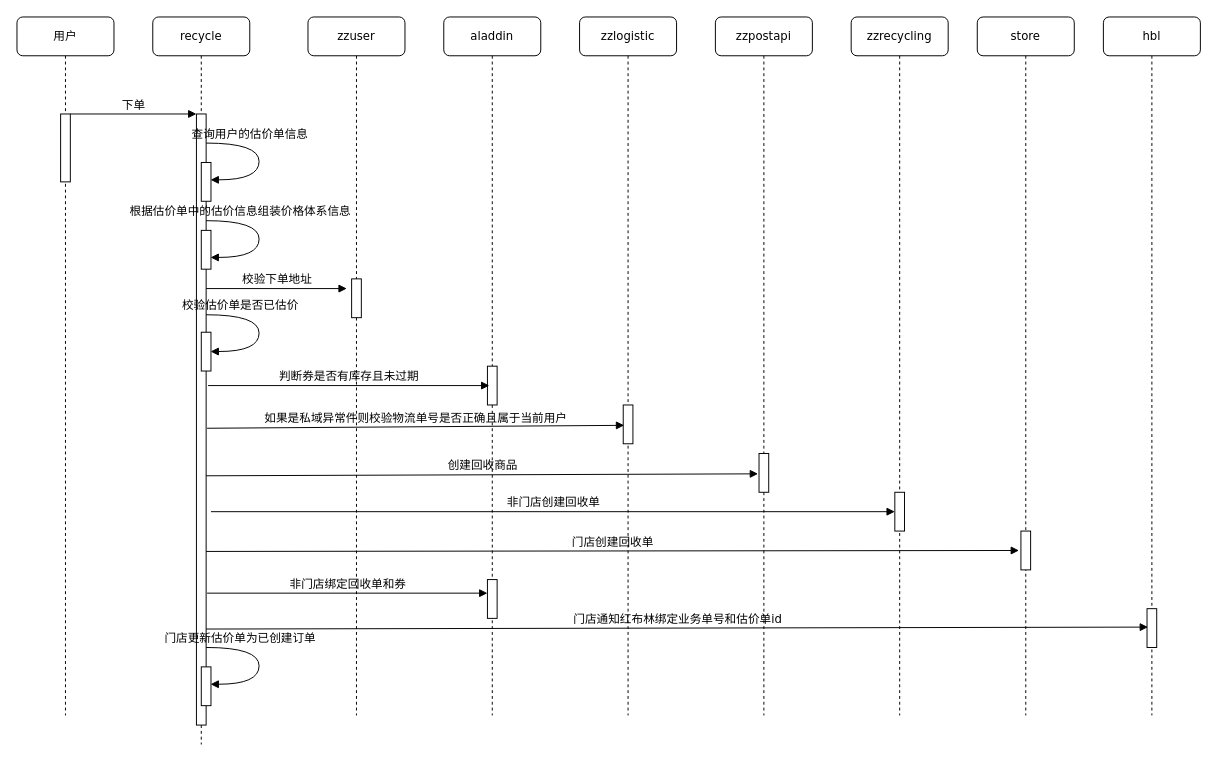
Before: c2p/下单流程.drawio in liysh5571/zz-uml, a draw.io diagram. Source tidied: cells renumbered, new cells numbered last; positions are measured from the earlier drawing's top-left corner, leaving out a move shared by most shapes. Both pictures are drawn from the tidied source at 97%, with x=0, y=0 at pixel (16, 16).
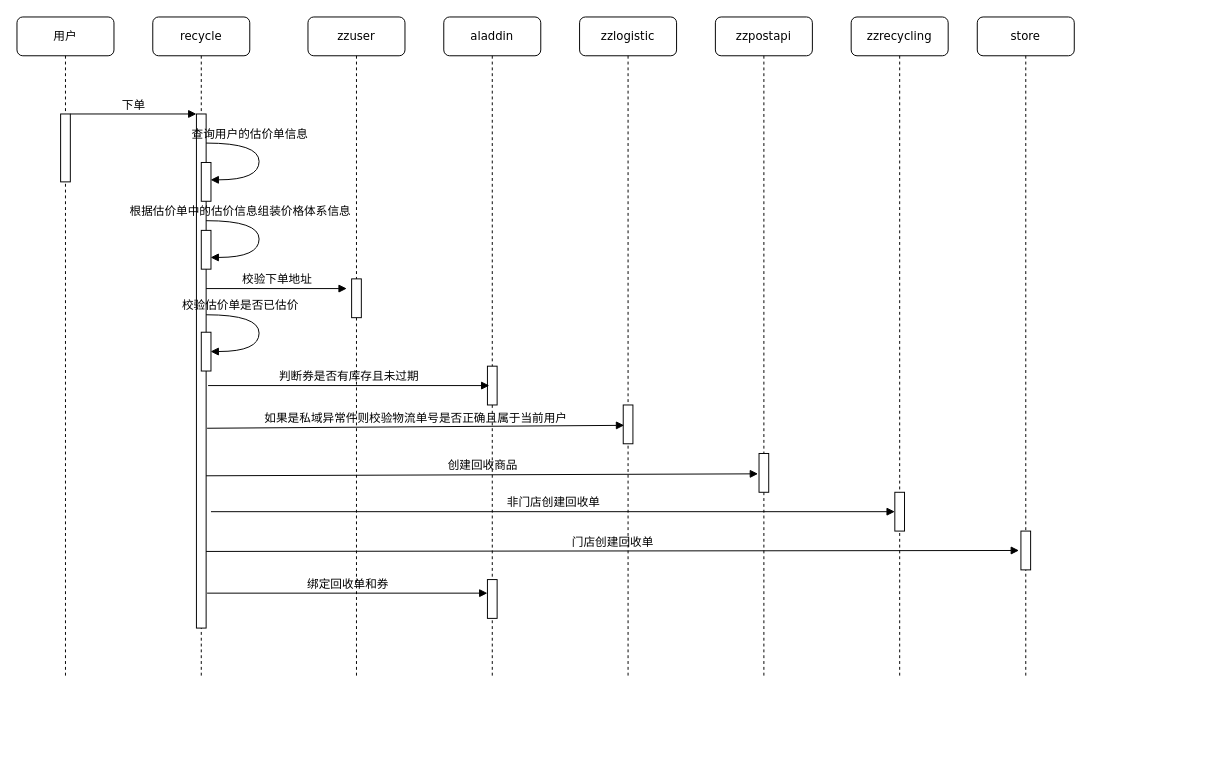
The same diagram, later.

Commit message:
更新下单流程.drawio

Unchanged cells that the change refers to:
```xml
<mxCell id="17" style="html=1;points=[];perimeter=orthogonalPerimeter;rounded=0;shadow=0;comic=0;labelBackgroundColor=none;strokeWidth=1;fontFamily=Verdana;fontSize=12;align=center;" parent="15" vertex="1">
  <mxGeometry x="45" y="580" width="10" height="40" as="geometry" />
</mxCell>
```

The edit, as a diff of the source:
```diff
@@
     <mxCell id="2" value="recycle" style="shape=umlLifeline;perimeter=lifelinePerimeter;whiteSpace=wrap;html=1;rounded=1;shadow=0;comic=0;labelBackgroundColor=none;strokeWidth=1;fontFamily=Verdana;fontSize=12;align=center;" parent="1" vertex="1">
-      <mxGeometry x="140" width="100" height="750" as="geometry" />
+      <mxGeometry x="140" width="100" height="680" as="geometry" />
     </mxCell>
     <mxCell id="3" style="html=1;points=[];perimeter=orthogonalPerimeter;rounded=0;shadow=0;comic=0;labelBackgroundColor=none;strokeWidth=1;fontFamily=Verdana;fontSize=12;align=center;" parent="2" vertex="1">
-      <mxGeometry x="45" y="100" width="10" height="630" as="geometry" />
+      <mxGeometry x="45" y="100" width="10" height="530" as="geometry" />
     </mxCell>
@@
-    <mxCell id="10" style="html=1;perimeter=orthogonalPerimeter;rounded=0;shadow=0;comic=0;labelBackgroundColor=none;strokeWidth=1;fontFamily=Verdana;fontSize=12;align=center;" parent="2" vertex="1">
-      <mxGeometry x="50" y="670" width="10" height="40" as="geometry" />
-    </mxCell>
-    <mxCell id="11" value="门店更新估价单为已创建订单" style="html=1;verticalAlign=bottom;endArrow=block;labelBackgroundColor=none;fontFamily=Verdana;fontSize=12;elbow=vertical;edgeStyle=orthogonalEdgeStyle;curved=1;entryX=1;entryY=0.286;entryPerimeter=0;exitX=1.038;exitY=0.345;exitPerimeter=0;" parent="2" edge="1">
-      <mxGeometry x="-0.51" relative="1" as="geometry">
-        <mxPoint x="55" y="650" as="sourcePoint" />
-        <mxPoint x="59.6" y="687.9" as="targetPoint" />
-        <Array as="points">
-          <mxPoint x="109.6" y="649.9" />
-          <mxPoint x="109.6" y="687.9" />
-        </Array>
-      </mxGeometry>
-    </mxCell>
     <mxCell id="12" value="zzuser" style="shape=umlLifeline;perimeter=lifelinePerimeter;whiteSpace=wrap;html=1;rounded=1;shadow=0;comic=0;labelBackgroundColor=none;strokeWidth=1;fontFamily=Verdana;fontSize=12;align=center;" parent="1" vertex="1">
-      <mxGeometry x="300" width="100" height="720" as="geometry" />
+      <mxGeometry x="300" width="100" height="680" as="geometry" />
     </mxCell>
@@
     <mxCell id="15" value="aladdin" style="shape=umlLifeline;perimeter=lifelinePerimeter;whiteSpace=wrap;html=1;rounded=1;shadow=0;comic=0;labelBackgroundColor=none;strokeWidth=1;fontFamily=Verdana;fontSize=12;align=center;" parent="1" vertex="1">
-      <mxGeometry x="440" width="100" height="720" as="geometry" />
+      <mxGeometry x="440" width="100" height="680" as="geometry" />
     </mxCell>
@@
     <mxCell id="18" value="zzlogistic" style="shape=umlLifeline;perimeter=lifelinePerimeter;whiteSpace=wrap;html=1;rounded=1;shadow=0;comic=0;labelBackgroundColor=none;strokeWidth=1;fontFamily=Verdana;fontSize=12;align=center;" parent="1" vertex="1">
-      <mxGeometry x="580" width="100" height="720" as="geometry" />
+      <mxGeometry x="580" width="100" height="680" as="geometry" />
     </mxCell>
@@
-    <mxCell id="20" value="门店通知红布林绑定业务单号和估价单id" style="html=1;verticalAlign=bottom;endArrow=block;labelBackgroundColor=none;fontFamily=Verdana;fontSize=12;entryX=0.1;entryY=0.475;entryDx=0;entryDy=0;entryPerimeter=0;" parent="18" edge="1" target="37">
-      <mxGeometry relative="1" as="geometry">
-        <mxPoint x="-385" y="631" as="sourcePoint" />
-      </mxGeometry>
-    </mxCell>
     <mxCell id="21" value="zzpostapi" style="shape=umlLifeline;perimeter=lifelinePerimeter;whiteSpace=wrap;html=1;rounded=1;shadow=0;comic=0;labelBackgroundColor=none;strokeWidth=1;fontFamily=Verdana;fontSize=12;align=center;" parent="1" vertex="1">
-      <mxGeometry x="720" width="100" height="720" as="geometry" />
+      <mxGeometry x="720" width="100" height="680" as="geometry" />
     </mxCell>
@@
     <mxCell id="23" value="zzrecycling" style="shape=umlLifeline;perimeter=lifelinePerimeter;whiteSpace=wrap;html=1;rounded=1;shadow=0;comic=0;labelBackgroundColor=none;strokeWidth=1;fontFamily=Verdana;fontSize=12;align=center;" parent="1" vertex="1">
-      <mxGeometry x="860" width="100" height="720" as="geometry" />
+      <mxGeometry x="860" width="100" height="680" as="geometry" />
     </mxCell>
@@
     <mxCell id="25" value="用户" style="shape=umlLifeline;perimeter=lifelinePerimeter;whiteSpace=wrap;html=1;rounded=1;shadow=0;comic=0;labelBackgroundColor=none;strokeWidth=1;fontFamily=Verdana;fontSize=12;align=center;" parent="1" vertex="1">
-      <mxGeometry width="100" height="720" as="geometry" />
+      <mxGeometry width="100" height="680" as="geometry" />
     </mxCell>
@@
     <mxCell id="32" value="store" style="shape=umlLifeline;perimeter=lifelinePerimeter;whiteSpace=wrap;html=1;rounded=1;shadow=0;comic=0;labelBackgroundColor=none;strokeWidth=1;fontFamily=Verdana;fontSize=12;align=center;" parent="1" vertex="1">
-      <mxGeometry x="990" width="100" height="720" as="geometry" />
+      <mxGeometry x="990" width="100" height="680" as="geometry" />
     </mxCell>
@@
-    <mxCell id="35" value="非门店绑定回收单和券" style="html=1;verticalAlign=bottom;endArrow=block;labelBackgroundColor=none;fontFamily=Verdana;fontSize=12;entryX=0;entryY=0.35;entryDx=0;entryDy=0;entryPerimeter=0;" parent="1" edge="1" target="17">
+    <mxCell id="35" value="绑定回收单和券" style="html=1;verticalAlign=bottom;endArrow=block;labelBackgroundColor=none;fontFamily=Verdana;fontSize=12;entryX=0;entryY=0.35;entryDx=0;entryDy=0;entryPerimeter=0;" parent="1" edge="1" target="17">
       <mxGeometry relative="1" as="geometry">
         <mxPoint x="196" y="594" as="sourcePoint" />
       </mxGeometry>
     </mxCell>
-    <mxCell id="36" value="hbl" style="shape=umlLifeline;perimeter=lifelinePerimeter;whiteSpace=wrap;html=1;rounded=1;shadow=0;comic=0;labelBackgroundColor=none;strokeWidth=1;fontFamily=Verdana;fontSize=12;align=center;" parent="1" vertex="1">
-      <mxGeometry x="1120" width="100" height="720" as="geometry" />
-    </mxCell>
-    <mxCell id="37" style="html=1;points=[];perimeter=orthogonalPerimeter;rounded=0;shadow=0;comic=0;labelBackgroundColor=none;strokeWidth=1;fontFamily=Verdana;fontSize=12;align=center;" parent="36" vertex="1">
-      <mxGeometry x="45" y="610" width="10" height="40" as="geometry" />
-    </mxCell>
```
